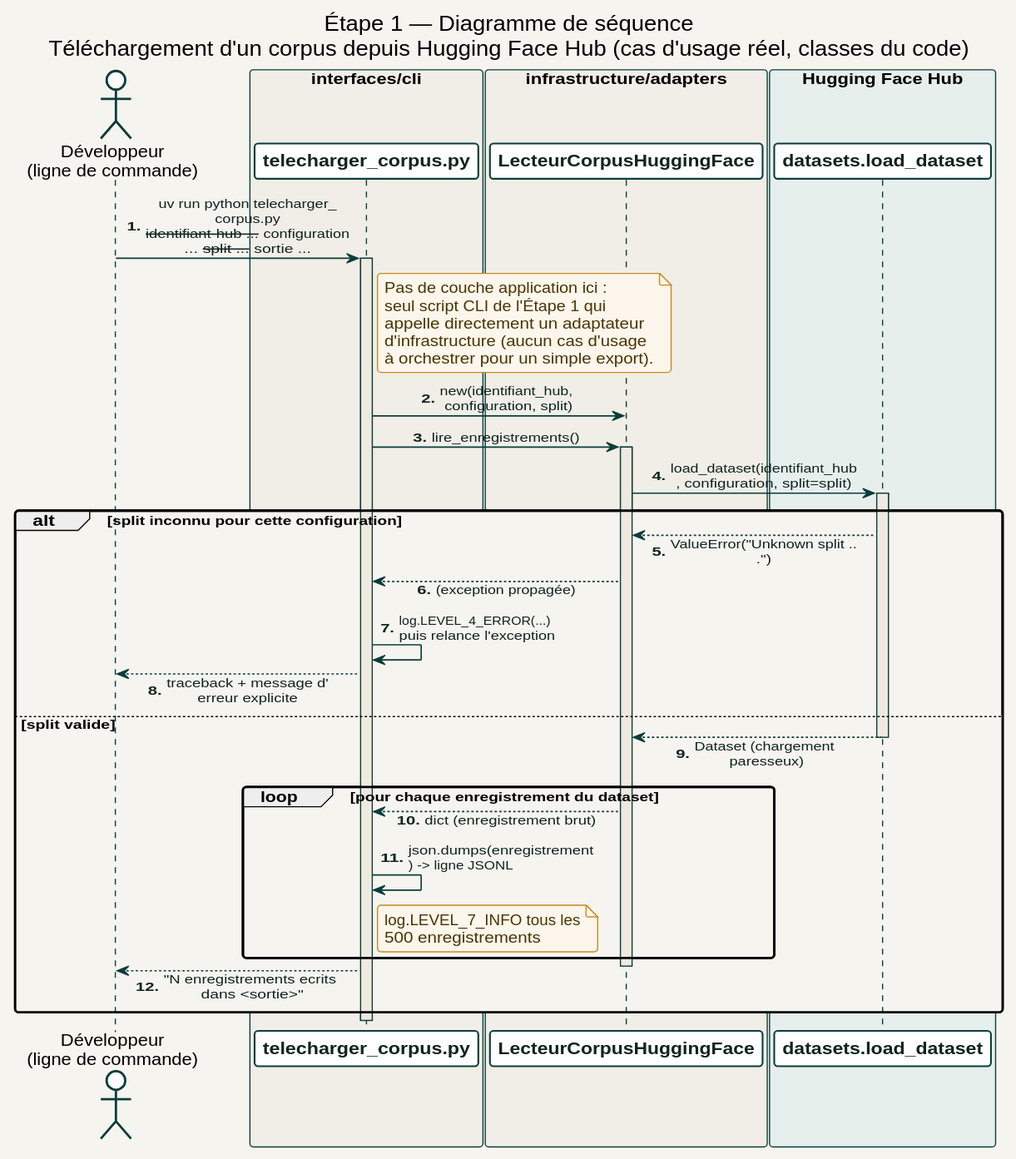
Earlier version of the PlantUML export docs/diagrams/02_etape1_donnees/sequence/telecharger_corpus.svg (racemartin/m14_ocr).
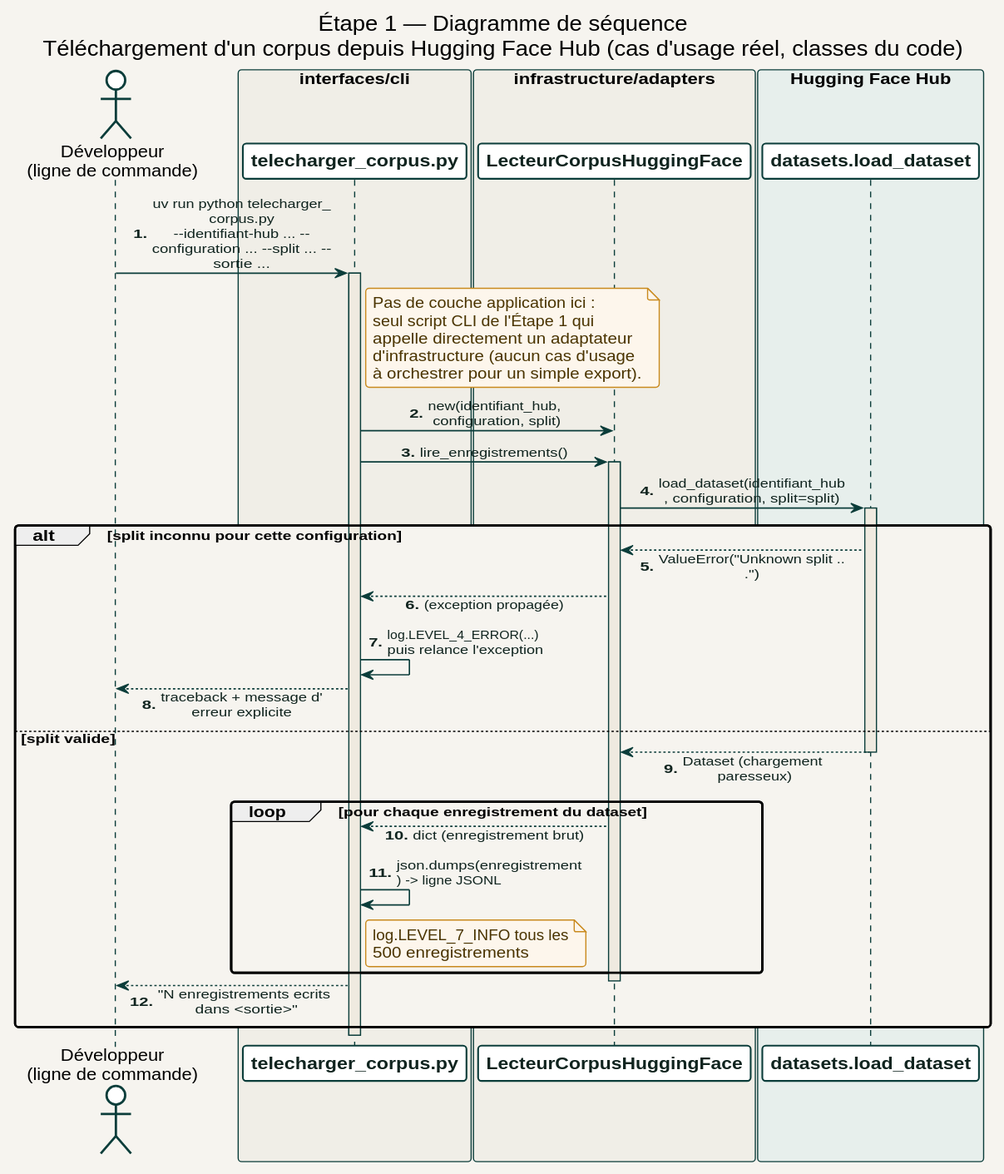
After the commit.

The edit, as a diff of the source:
```diff
@@ -129,7 +129,7 @@
 
 autonumber "<b>0."
 
-Dev -> CLI : uv run python telecharger_corpus.py\n--identifiant-hub ... --configuration ... --split ... --sortie ...
+Dev -> CLI : uv run python telecharger_corpus.py\n~-~-identifiant-hub ... ~-~-configuration ... ~-~-split ... ~-~-sortie ...
 activate CLI
 
 note right of CLI
```
